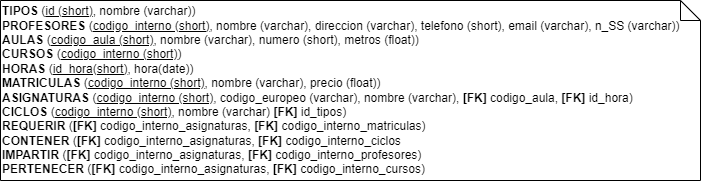
Before: Ejercicio17/2_modelo_relacional.png, a diagram exported from draw.io (RobertoCarrera/rcsm-bc-bbdd-evolutivo-25_07_2023). Source tidied: cells renumbered, new cells last; positions are measured from the earlier drawing's top-left corner, leaving out a move shared by most shapes.
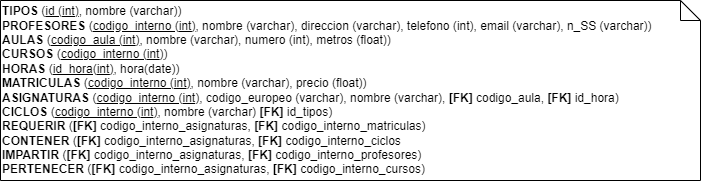
The same diagram one commit later.

What changed in the source:
```diff
@@ -2,7 +2,7 @@
   <root>
     <mxCell id="0" />
     <mxCell id="1" parent="0" />
-    <mxCell id="2" value="&lt;div style=&quot;&quot;&gt;&lt;/div&gt;&lt;b style=&quot;border-color: var(--border-color); background-color: initial;&quot;&gt;TIPOS&amp;nbsp;&lt;/b&gt;(&lt;u style=&quot;border-color: var(--border-color); background-color: initial;&quot;&gt;id (short)&lt;/u&gt;, nombre (varchar))&lt;br&gt;&lt;b style=&quot;border-color: var(--border-color);&quot;&gt;PROFESORES&amp;nbsp;&lt;/b&gt;(&lt;u style=&quot;border-color: var(--border-color);&quot;&gt;codigo_interno (short)&lt;/u&gt;, nombre (varchar), direccion (varchar), telefono (short), email (varchar), n_SS (varchar))&lt;div style=&quot;border-color: var(--border-color);&quot;&gt;&lt;b style=&quot;border-color: var(--border-color);&quot;&gt;AULAS&amp;nbsp;&lt;/b&gt;(&lt;u style=&quot;border-color: var(--border-color);&quot;&gt;codigo_aula (short)&lt;/u&gt;, nombre (varchar), numero (short), metros (float))&lt;/div&gt;&lt;div style=&quot;border-color: var(--border-color);&quot;&gt;&lt;b style=&quot;border-color: var(--border-color);&quot;&gt;CURSOS&amp;nbsp;&lt;/b&gt;(&lt;u style=&quot;border-color: var(--border-color);&quot;&gt;codigo_interno (short)&lt;/u&gt;)&lt;/div&gt;&lt;b style=&quot;border-color: var(--border-color);&quot;&gt;HORAS&amp;nbsp;&lt;/b&gt;(&lt;u style=&quot;border-color: var(--border-color);&quot;&gt;id_hora(short)&lt;/u&gt;, hora(date))&lt;br&gt;&lt;b&gt;MATRICULAS &lt;/b&gt;(&lt;u&gt;codigo_interno (short)&lt;/u&gt;, nombre (varchar), precio (float))&lt;br&gt;&lt;div style=&quot;&quot;&gt;&lt;b style=&quot;background-color: initial;&quot;&gt;ASIGNATURAS &lt;/b&gt;&lt;span style=&quot;background-color: initial;&quot;&gt;(&lt;/span&gt;&lt;u style=&quot;background-color: initial;&quot;&gt;codigo_interno (short)&lt;/u&gt;&lt;span style=&quot;background-color: initial;&quot;&gt;, codigo_europeo (varchar), nombre (varchar), &lt;b&gt;[FK] &lt;/b&gt;codigo_aula, &lt;b&gt;[FK] &lt;/b&gt;id_hora)&lt;/span&gt;&lt;/div&gt;&lt;div style=&quot;&quot;&gt;&lt;b style=&quot;font-weight: bold; background-color: initial;&quot;&gt;CICLOS &lt;/b&gt;&lt;span style=&quot;font-weight: normal; background-color: initial;&quot;&gt;(&lt;/span&gt;&lt;u style=&quot;font-weight: normal; background-color: initial;&quot;&gt;codigo_interno (short)&lt;/u&gt;&lt;span style=&quot;font-weight: normal; background-color: initial;&quot;&gt;, nombre (varchar) &lt;/span&gt;&lt;span style=&quot;background-color: initial;&quot;&gt;&lt;b&gt;[FK] &lt;/b&gt;id_tipos&lt;/span&gt;&lt;span style=&quot;font-weight: normal; background-color: initial;&quot;&gt;)&lt;/span&gt;&lt;/div&gt;&lt;div style=&quot;&quot;&gt;&lt;span style=&quot;background-color: initial;&quot;&gt;&lt;b&gt;REQUERIR &lt;/b&gt;(&lt;b&gt;[FK] &lt;/b&gt;codigo_interno_asignaturas, &lt;b&gt;[FK] &lt;/b&gt;codigo_interno_matriculas)&lt;/span&gt;&lt;/div&gt;&lt;div style=&quot;&quot;&gt;&lt;b&gt;CONTENER &lt;/b&gt;(&lt;b&gt;[FK] &lt;/b&gt;codigo_interno_asignaturas, &lt;b&gt;[FK]&lt;/b&gt;&amp;nbsp;codigo_interno_ciclos&lt;/div&gt;&lt;div style=&quot;&quot;&gt;&lt;b&gt;IMPARTIR &lt;/b&gt;(&lt;b&gt;[FK]&lt;/b&gt;&amp;nbsp;codigo_interno_asignaturas, &lt;b&gt;[FK] &lt;/b&gt;codigo_interno_profesores)&lt;/div&gt;&lt;div style=&quot;&quot;&gt;&lt;b&gt;PERTENECER &lt;/b&gt;(&lt;b&gt;[FK] &lt;/b&gt;codigo_interno_asignaturas, &lt;b&gt;[FK]&lt;/b&gt;&amp;nbsp;codigo_interno_cursos)&lt;/div&gt;" style="shape=note;size=20;whiteSpace=wrap;html=1;align=left;" parent="1" vertex="1">
+    <mxCell id="2" value="&lt;div style=&quot;&quot;&gt;&lt;/div&gt;&lt;b style=&quot;border-color: var(--border-color); background-color: initial;&quot;&gt;TIPOS&amp;nbsp;&lt;/b&gt;(&lt;u style=&quot;border-color: var(--border-color); background-color: initial;&quot;&gt;id (int)&lt;/u&gt;, nombre (varchar))&lt;br&gt;&lt;b style=&quot;border-color: var(--border-color);&quot;&gt;PROFESORES&amp;nbsp;&lt;/b&gt;(&lt;u style=&quot;border-color: var(--border-color);&quot;&gt;codigo_interno (&lt;u style=&quot;border-color: var(--border-color);&quot;&gt;&lt;u style=&quot;border-color: var(--border-color); background-color: initial;&quot;&gt;int&lt;/u&gt;&lt;/u&gt;)&lt;/u&gt;, nombre (varchar), direccion (varchar), telefono (&lt;span style=&quot;border-color: var(--border-color);&quot;&gt;&lt;span style=&quot;border-color: var(--border-color); background-color: initial;&quot;&gt;int&lt;/span&gt;&lt;/span&gt;), email (varchar), n_SS (varchar))&lt;div style=&quot;border-color: var(--border-color);&quot;&gt;&lt;b style=&quot;border-color: var(--border-color);&quot;&gt;AULAS&amp;nbsp;&lt;/b&gt;(&lt;u style=&quot;border-color: var(--border-color);&quot;&gt;codigo_aula (&lt;u style=&quot;border-color: var(--border-color); background-color: initial;&quot;&gt;int&lt;/u&gt;)&lt;/u&gt;, nombre (varchar), numero (&lt;span style=&quot;border-color: var(--border-color);&quot;&gt;&lt;span style=&quot;border-color: var(--border-color); background-color: initial;&quot;&gt;int&lt;/span&gt;&lt;/span&gt;), metros (float))&lt;/div&gt;&lt;div style=&quot;border-color: var(--border-color);&quot;&gt;&lt;b style=&quot;border-color: var(--border-color);&quot;&gt;CURSOS&amp;nbsp;&lt;/b&gt;(&lt;u style=&quot;border-color: var(--border-color);&quot;&gt;codigo_interno (&lt;u style=&quot;border-color: var(--border-color); background-color: initial;&quot;&gt;int&lt;/u&gt;)&lt;/u&gt;)&lt;/div&gt;&lt;b style=&quot;border-color: var(--border-color);&quot;&gt;HORAS&amp;nbsp;&lt;/b&gt;(&lt;u style=&quot;border-color: var(--border-color);&quot;&gt;id_hora(&lt;u style=&quot;border-color: var(--border-color); background-color: initial;&quot;&gt;int&lt;/u&gt;)&lt;/u&gt;, hora(date))&lt;br&gt;&lt;b&gt;MATRICULAS &lt;/b&gt;(&lt;u&gt;codigo_interno (&lt;/u&gt;&lt;u style=&quot;border-color: var(--border-color); background-color: initial;&quot;&gt;int&lt;/u&gt;&lt;u&gt;)&lt;/u&gt;, nombre (varchar), precio (float))&lt;br&gt;&lt;div style=&quot;&quot;&gt;&lt;b style=&quot;background-color: initial;&quot;&gt;ASIGNATURAS &lt;/b&gt;&lt;span style=&quot;background-color: initial;&quot;&gt;(&lt;/span&gt;&lt;u style=&quot;background-color: initial;&quot;&gt;codigo_interno (&lt;/u&gt;&lt;u style=&quot;border-color: var(--border-color); background-color: initial;&quot;&gt;int&lt;/u&gt;&lt;u style=&quot;background-color: initial;&quot;&gt;)&lt;/u&gt;&lt;span style=&quot;background-color: initial;&quot;&gt;, codigo_europeo (varchar), nombre (varchar), &lt;b&gt;[FK] &lt;/b&gt;codigo_aula, &lt;b&gt;[FK] &lt;/b&gt;id_hora)&lt;/span&gt;&lt;/div&gt;&lt;div style=&quot;&quot;&gt;&lt;b style=&quot;font-weight: bold; background-color: initial;&quot;&gt;CICLOS &lt;/b&gt;&lt;span style=&quot;font-weight: normal; background-color: initial;&quot;&gt;(&lt;/span&gt;&lt;u style=&quot;font-weight: normal; background-color: initial;&quot;&gt;codigo_interno (&lt;/u&gt;&lt;u style=&quot;border-color: var(--border-color); background-color: initial;&quot;&gt;int&lt;/u&gt;&lt;u style=&quot;font-weight: normal; background-color: initial;&quot;&gt;)&lt;/u&gt;&lt;span style=&quot;font-weight: normal; background-color: initial;&quot;&gt;, nombre (varchar) &lt;/span&gt;&lt;span style=&quot;background-color: initial;&quot;&gt;&lt;b&gt;[FK] &lt;/b&gt;id_tipos&lt;/span&gt;&lt;span style=&quot;font-weight: normal; background-color: initial;&quot;&gt;)&lt;/span&gt;&lt;/div&gt;&lt;div style=&quot;&quot;&gt;&lt;span style=&quot;background-color: initial;&quot;&gt;&lt;b&gt;REQUERIR &lt;/b&gt;(&lt;b&gt;[FK] &lt;/b&gt;codigo_interno_asignaturas, &lt;b&gt;[FK] &lt;/b&gt;codigo_interno_matriculas)&lt;/span&gt;&lt;/div&gt;&lt;div style=&quot;&quot;&gt;&lt;b&gt;CONTENER &lt;/b&gt;(&lt;b&gt;[FK] &lt;/b&gt;codigo_interno_asignaturas, &lt;b&gt;[FK]&lt;/b&gt;&amp;nbsp;codigo_interno_ciclos&lt;/div&gt;&lt;div style=&quot;&quot;&gt;&lt;b&gt;IMPARTIR &lt;/b&gt;(&lt;b&gt;[FK]&lt;/b&gt;&amp;nbsp;codigo_interno_asignaturas, &lt;b&gt;[FK] &lt;/b&gt;codigo_interno_profesores)&lt;/div&gt;&lt;div style=&quot;&quot;&gt;&lt;b&gt;PERTENECER &lt;/b&gt;(&lt;b&gt;[FK] &lt;/b&gt;codigo_interno_asignaturas, &lt;b&gt;[FK]&lt;/b&gt;&amp;nbsp;codigo_interno_cursos)&lt;/div&gt;" style="shape=note;size=20;whiteSpace=wrap;html=1;align=left;" parent="1" vertex="1">
       <mxGeometry width="700" height="180" as="geometry" />
     </mxCell>
   </root>
```
